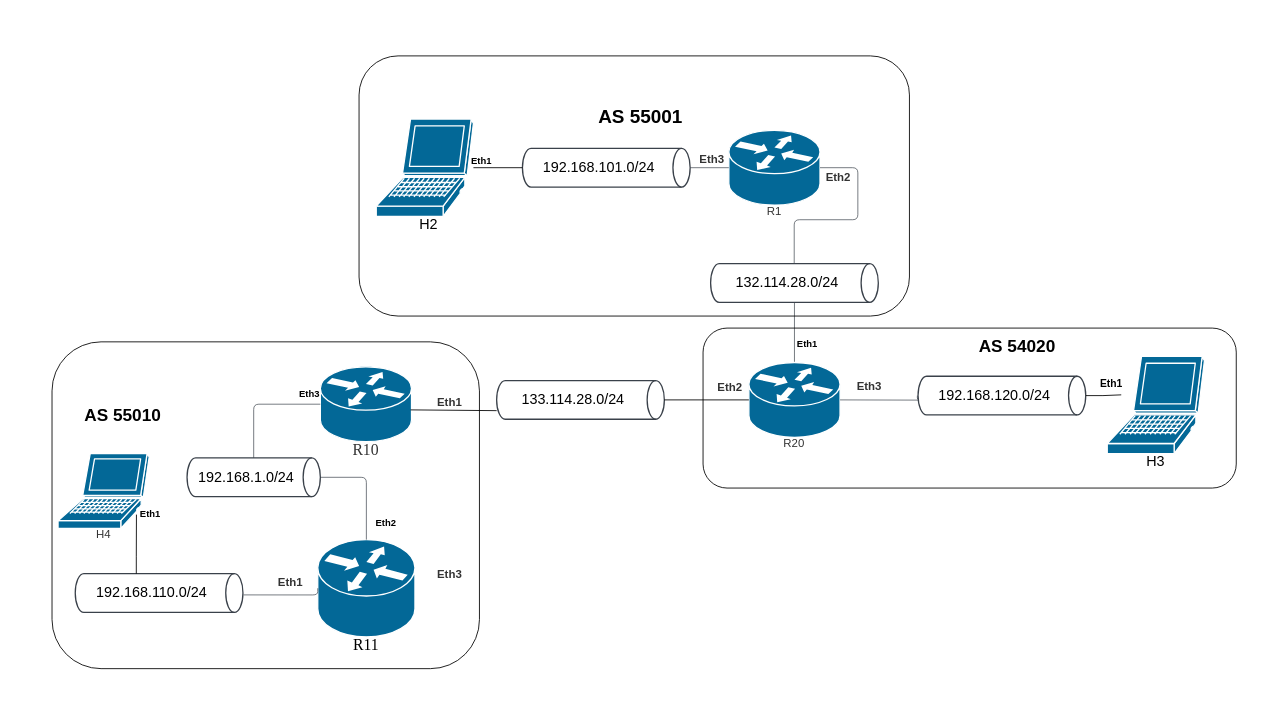
The draw.io diagram page "Pagina-5" (5 of 7) of topology_draw/topology.drawio in lorenzoceccanti/backboneNetworkConfigurator, before the edit. Source tidied: cells renumbered, new cells numbered last; positions are measured from the earlier drawing's top-left corner, leaving out a move shared by most shapes. Both pictures are drawn from the tidied source at 86%, with x=0, y=0 at pixel (15, 15).
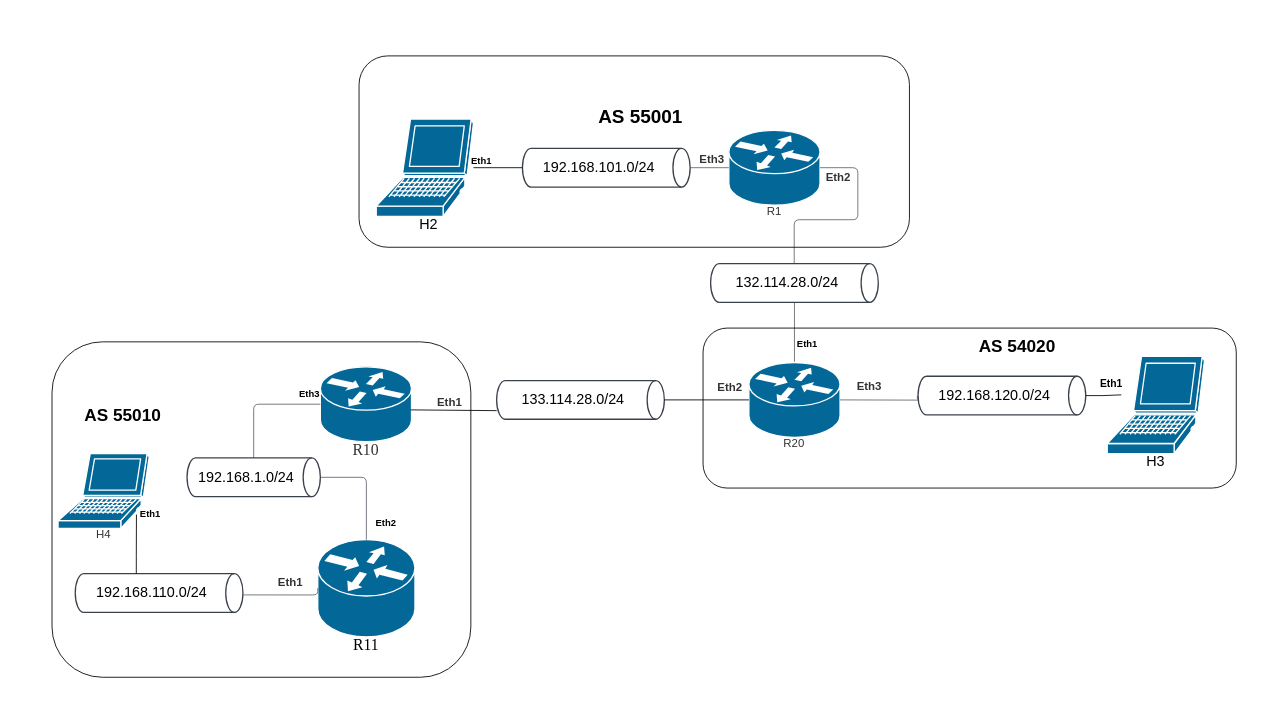
The same diagram, later.

The edit, as a diff of the source:
```diff
@@
-    <mxCell id="30" value="Eth3" style="text;html=1;labelBackgroundColor=default;align=center;verticalAlign=middle;fontStyle=1;fontColor=#333333;fontSize=13.3;" parent="1" vertex="1">
-      <mxGeometry x="504" y="649.5" as="geometry" />
-    </mxCell>
@@
     <mxCell id="42" style="rounded=1;whiteSpace=wrap;html=1;fillColor=none;" parent="1" vertex="1">
-      <mxGeometry x="43" y="380" width="497" height="380" as="geometry" />
+      <mxGeometry x="43" y="380" width="487" height="390" as="geometry" />
     </mxCell>
     <mxCell id="43" style="rounded=1;whiteSpace=wrap;html=1;fillColor=none;" parent="1" vertex="1">
-      <mxGeometry x="400" y="47.5" width="640" height="302.5" as="geometry" />
+      <mxGeometry x="400" y="47.5" width="640" height="222.5" as="geometry" />
     </mxCell>
@@
-    <mxCell id="46" style="rounded=0;whiteSpace=wrap;html=1;fillColor=none;strokeColor=none;" parent="1" vertex="1">
-      <mxGeometry width="1460" height="800" as="geometry" />
-    </mxCell>
```
